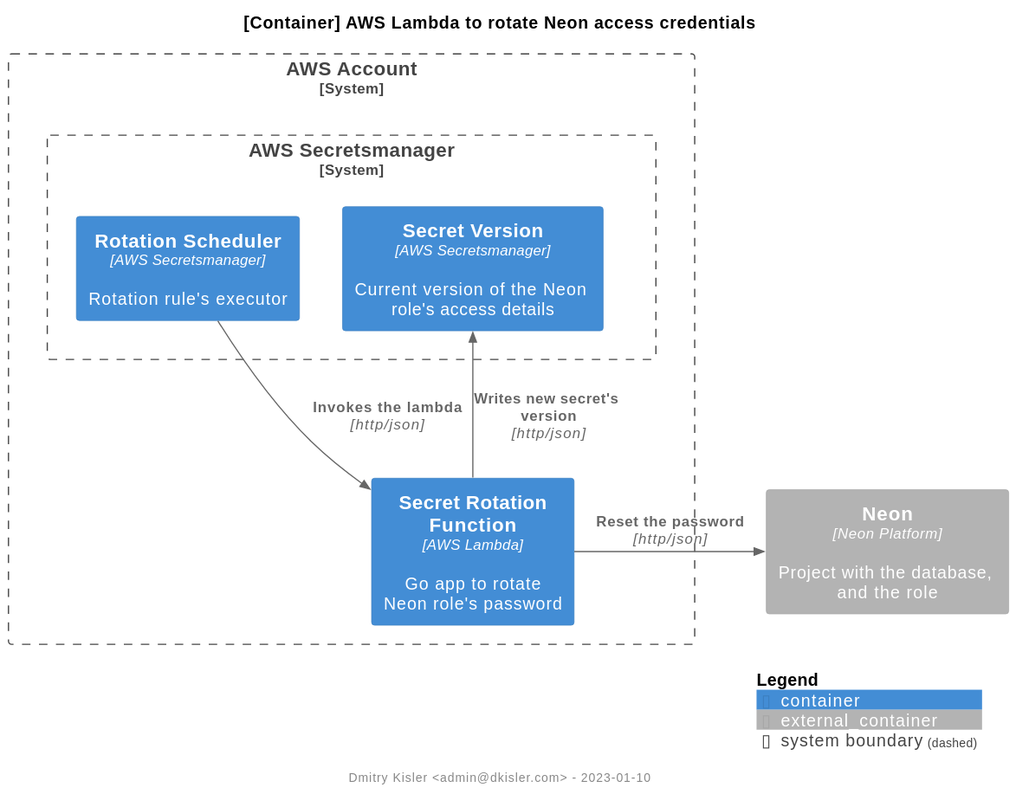
Above: architecture.svg in kislerdm/aws-lambda-secret-rotation (PlantUML), before the change.
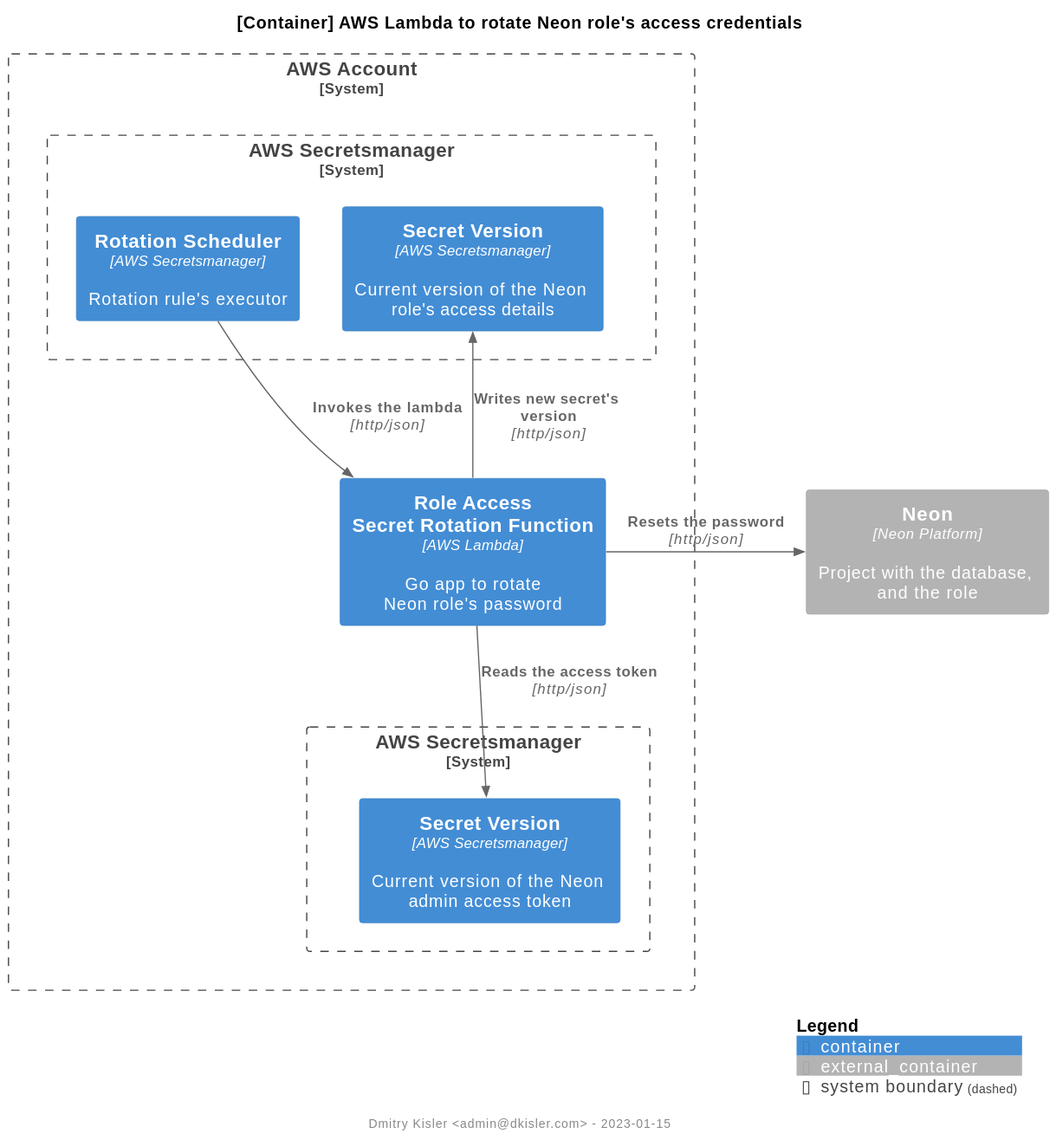
Later version of the same file.

The edit, as a diff of the source:
```diff
@@ -2,12 +2,17 @@
 
 !include https://raw.githubusercontent.com/plantuml-stdlib/C4-PlantUML/master/C4_Container.puml
 
-title "[Container] AWS Lambda to rotate Neon access credentials"
+title "[Container] AWS Lambda to rotate Neon role's access credentials"
 
 footer "Dmitry Kisler <admin@dkisler.com> - %date('yyyy-MM-dd')"
 
 System_Boundary(aws, "AWS Account") {
-    Container(lambda, "Secret Rotation\nFunction", "AWS Lambda", "Go app to rotate\nNeon role's password")
+
+    Container(lambda, "Role Access\nSecret Rotation Function", "AWS Lambda", "Go app to rotate\nNeon role's password")
+
+    System_Boundary(sm_container_admin, "AWS Secretsmanager") {
+        Container(sm_admin, "Secret Version", "AWS Secretsmanager", "Current version of the Neon admin access token")
+    }
 
     System_Boundary(sm_container, "AWS Secretsmanager") {
         Container(sm, "Secret Version", "AWS Secretsmanager", "Current version of the Neon role's access details")
@@ -18,11 +23,13 @@
 Container_Ext(neon, "Neon", "Neon Platform", "Project with the database, and the role")
 
 Lay_U(lambda, sm_container)
+Lay_L(lambda, sm_container_admin)
 Lay_R(schedule, sm)
 
 Rel(schedule, lambda, "Invokes the lambda", "http/json")
 Rel(lambda, sm, "Writes new secret's version", "http/json")
-Rel_R(lambda, neon, "Reset the password", "http/json")
+Rel(lambda, sm_admin, "Reads the access token", "http/json")
+Rel_R(lambda, neon, "Resets the password", "http/json")
 
 SHOW_LEGEND()
 
```
